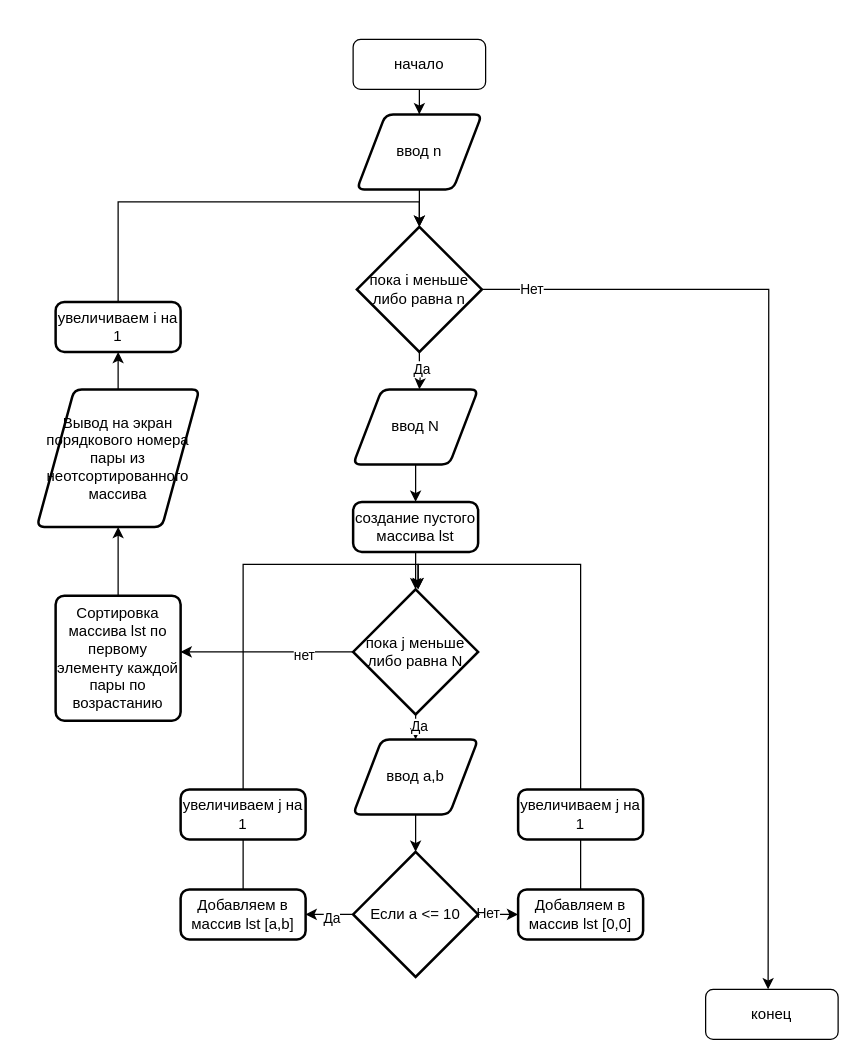
This is блоксхема B.Десять слов мудрости .drawio from nikkxgod/otchet_block_schema, a draw.io file, before an edit. Source tidied: cells renumbered, new cells numbered last; positions are measured from the earlier drawing's top-left corner, leaving out a move shared by most shapes. Both pictures are drawn from the tidied source at 125%, with x=0, y=0 at pixel (36, 39).
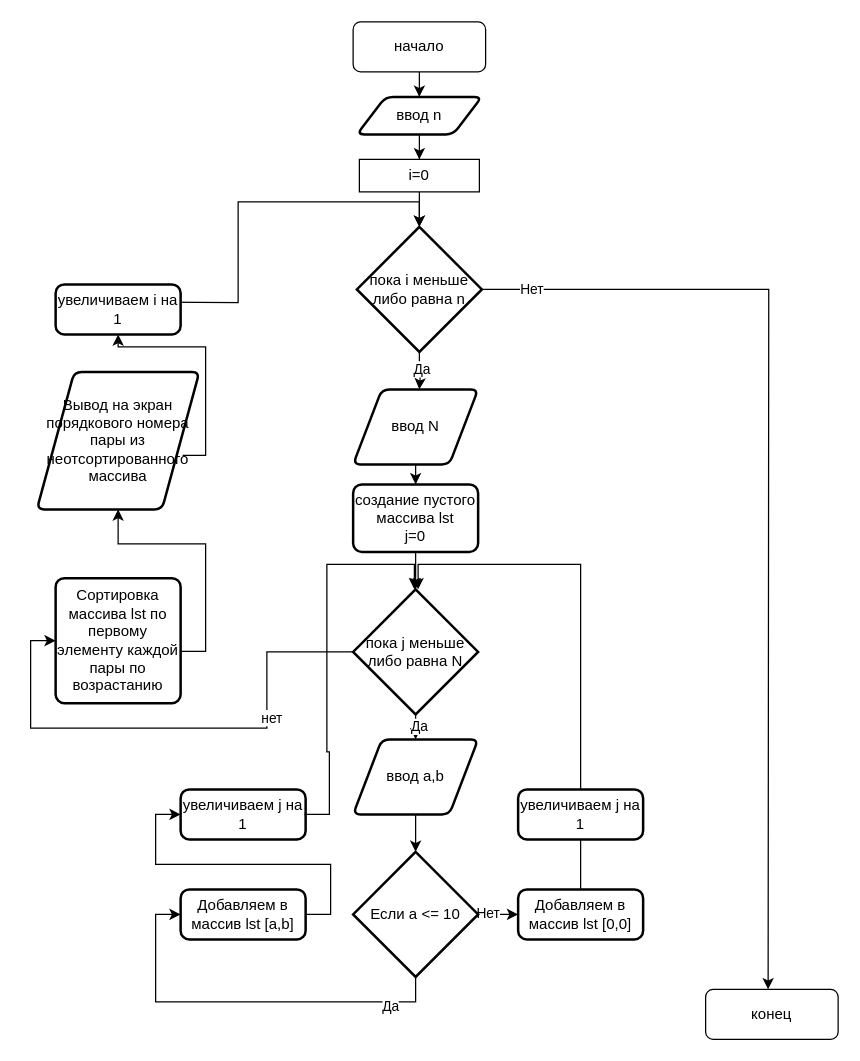
After the change.

The change refers to these unchanged cells:
```xml
<mxCell id="10" value="пока i меньше либо равна n" style="strokeWidth=2;html=1;shape=mxgraph.flowchart.decision;whiteSpace=wrap;" parent="1" vertex="1">
  <mxGeometry x="256" y="150" width="100" height="100" as="geometry" />
</mxCell>
<mxCell id="17" value="пока j меньше либо равна N" style="strokeWidth=2;html=1;shape=mxgraph.flowchart.decision;whiteSpace=wrap;" parent="1" vertex="1">
  <mxGeometry x="253" y="440" width="100" height="100" as="geometry" />
</mxCell>
<mxCell id="24" value="Если a &amp;lt;= 10" style="strokeWidth=2;html=1;shape=mxgraph.flowchart.decision;whiteSpace=wrap;" parent="1" vertex="1">
  <mxGeometry x="253" y="650" width="100" height="100" as="geometry" />
</mxCell>
<mxCell id="28" value="Добавляем в массив lst [a,b]" style="rounded=1;whiteSpace=wrap;html=1;absoluteArcSize=1;arcSize=14;strokeWidth=2;" parent="1" vertex="1">
  <mxGeometry x="115" y="680" width="100" height="40" as="geometry" />
</mxCell>
<mxCell id="34" value="увеличиваем j на 1" style="rounded=1;whiteSpace=wrap;html=1;absoluteArcSize=1;arcSize=14;strokeWidth=2;" parent="1" vertex="1">
  <mxGeometry x="115" y="600" width="100" height="40" as="geometry" />
</mxCell>
```

What changed in the source:
```diff
@@
     <mxCell id="3" value="начало" style="rounded=1;whiteSpace=wrap;html=1;" parent="1" vertex="1">
-      <mxGeometry x="253" width="106" height="40" as="geometry" />
+      <mxGeometry x="253" y="-14" width="106" height="40" as="geometry" />
     </mxCell>
-    <mxCell id="4" style="edgeStyle=orthogonalEdgeStyle;rounded=0;jettySize=auto;html=1;" parent="1" edge="1" source="5">
-      <mxGeometry relative="1" as="geometry">
-        <mxPoint x="306" y="150" as="targetPoint" />
-      </mxGeometry>
-    </mxCell>
+    <mxCell id="40" style="edgeStyle=orthogonalEdgeStyle;rounded=0;jettySize=auto;html=1;entryX=0.5;entryY=0;entryDx=0;entryDy=0;" parent="1" edge="1" source="5" target="44">
+      <mxGeometry relative="1" as="geometry" />
+    </mxCell>
     <mxCell id="5" value="ввод n" style="shape=parallelogram;html=1;strokeWidth=2;perimeter=parallelogramPerimeter;whiteSpace=wrap;rounded=1;arcSize=12;size=0.23;" parent="1" vertex="1">
-      <mxGeometry x="256" y="60" width="100" height="60" as="geometry" />
+      <mxGeometry x="256" y="46" width="100" height="30" as="geometry" />
     </mxCell>
@@
-    <mxCell id="15" style="edgeStyle=orthogonalEdgeStyle;rounded=0;jettySize=auto;html=1;" parent="1" edge="1" source="17">
-      <mxGeometry relative="1" as="geometry">
-        <mxPoint x="115" y="490" as="targetPoint" />
-      </mxGeometry>
+    <mxCell id="15" style="edgeStyle=orthogonalEdgeStyle;rounded=0;jettySize=auto;html=1;entryX=0;entryY=0.5;entryDx=0;entryDy=0;" parent="1" edge="1" source="17" target="33">
+      <mxGeometry relative="1" as="geometry" />
     </mxCell>
@@
-    <mxCell id="20" style="edgeStyle=orthogonalEdgeStyle;rounded=0;jettySize=auto;html=1;" parent="1" edge="1" source="24">
-      <mxGeometry relative="1" as="geometry">
-        <mxPoint x="215" y="700" as="targetPoint" />
-      </mxGeometry>
-    </mxCell>
-    <mxCell id="21" value="Да" style="edgeLabel;html=1;align=center;verticalAlign=middle;" parent="20" vertex="1">
-      <mxGeometry x="-0.12" y="2" relative="1" as="geometry">
-        <mxPoint x="-1" as="offset" />
-      </mxGeometry>
-    </mxCell>
@@
+    <mxCell id="41" style="edgeStyle=orthogonalEdgeStyle;rounded=0;jettySize=auto;html=1;entryX=0;entryY=0.5;entryDx=0;entryDy=0;exitX=0.5;exitY=1;exitDx=0;exitDy=0;exitPerimeter=0;" parent="1" edge="1" source="24" target="28">
+      <mxGeometry relative="1" as="geometry">
+        <Array as="points">
+          <mxPoint x="303" y="770" />
+          <mxPoint x="95" y="770" />
+          <mxPoint x="95" y="700" />
+        </Array>
+      </mxGeometry>
+    </mxCell>
+    <mxCell id="21" value="Да" style="edgeLabel;html=1;align=center;verticalAlign=middle;" parent="41" vertex="1">
+      <mxGeometry x="-0.74" y="3" relative="1" as="geometry" />
+    </mxCell>
@@
-    <mxCell id="26" value="создание пустого массива lst" style="rounded=1;whiteSpace=wrap;html=1;absoluteArcSize=1;arcSize=14;strokeWidth=2;" parent="1" vertex="1">
-      <mxGeometry x="253" y="370" width="100" height="40" as="geometry" />
+    <mxCell id="26" value="создание пустого массива lst&lt;br&gt;j=0" style="rounded=1;whiteSpace=wrap;html=1;absoluteArcSize=1;arcSize=14;strokeWidth=2;" parent="1" vertex="1">
+      <mxGeometry x="253" y="356" width="100" height="54" as="geometry" />
     </mxCell>
-    <mxCell id="27" style="edgeStyle=orthogonalEdgeStyle;rounded=0;jettySize=auto;html=1;exitX=0.5;exitY=0;exitDx=0;exitDy=0;" parent="1" edge="1" source="28">
-      <mxGeometry relative="1" as="geometry">
-        <mxPoint x="305" y="440" as="targetPoint" />
-        <Array as="points">
-          <mxPoint x="165" y="420" />
-          <mxPoint x="305" y="420" />
-        </Array>
-      </mxGeometry>
-    </mxCell>
+    <mxCell id="42" style="edgeStyle=orthogonalEdgeStyle;rounded=0;jettySize=auto;html=1;entryX=0;entryY=0.5;entryDx=0;entryDy=0;exitX=1;exitY=0.5;exitDx=0;exitDy=0;" parent="1" edge="1" source="28" target="34">
+      <mxGeometry relative="1" as="geometry" />
+    </mxCell>
@@
-    <mxCell id="32" style="edgeStyle=orthogonalEdgeStyle;rounded=0;jettySize=auto;html=1;" parent="1" edge="1" source="33">
-      <mxGeometry relative="1" as="geometry">
-        <mxPoint x="65" y="390" as="targetPoint" />
-      </mxGeometry>
-    </mxCell>
+    <mxCell id="43" style="edgeStyle=orthogonalEdgeStyle;rounded=0;jettySize=auto;html=1;entryX=0.5;entryY=1;entryDx=0;entryDy=0;exitX=1.008;exitY=0.586;exitDx=0;exitDy=0;exitPerimeter=0;" parent="1" edge="1" source="33" target="39">
+      <mxGeometry relative="1" as="geometry" />
+    </mxCell>
     <mxCell id="33" value="Сортировка массива lst по первому элементу каждой пары по возрастанию" style="rounded=1;whiteSpace=wrap;html=1;absoluteArcSize=1;arcSize=14;strokeWidth=2;" parent="1" vertex="1">
-      <mxGeometry x="15" y="445" width="100" height="100" as="geometry" />
+      <mxGeometry x="15" y="431" width="100" height="100" as="geometry" />
     </mxCell>
@@
-    <mxCell id="36" style="edgeStyle=orthogonalEdgeStyle;rounded=0;jettySize=auto;html=1;entryX=0.5;entryY=0;entryDx=0;entryDy=0;entryPerimeter=0;exitX=0.5;exitY=0;exitDx=0;exitDy=0;" parent="1" edge="1" source="37" target="10">
-      <mxGeometry relative="1" as="geometry" />
+    <mxCell id="36" style="edgeStyle=orthogonalEdgeStyle;rounded=0;jettySize=auto;html=1;entryX=0.5;entryY=0;entryDx=0;entryDy=0;entryPerimeter=0;exitX=0.5;exitY=0;exitDx=0;exitDy=0;" parent="1" edge="1" target="10">
+      <mxGeometry relative="1" as="geometry">
+        <mxPoint x="65" y="210" as="sourcePoint" />
+      </mxGeometry>
     </mxCell>
     <mxCell id="37" value="увеличиваем i на 1" style="rounded=1;whiteSpace=wrap;html=1;absoluteArcSize=1;arcSize=14;strokeWidth=2;" parent="1" vertex="1">
-      <mxGeometry x="15" y="210" width="100" height="40" as="geometry" />
+      <mxGeometry x="15" y="196" width="100" height="40" as="geometry" />
     </mxCell>
-    <mxCell id="38" style="edgeStyle=orthogonalEdgeStyle;rounded=0;jettySize=auto;html=1;entryX=0.5;entryY=1;entryDx=0;entryDy=0;" parent="1" edge="1" source="39" target="37">
-      <mxGeometry relative="1" as="geometry" />
+    <mxCell id="38" style="edgeStyle=orthogonalEdgeStyle;rounded=0;jettySize=auto;html=1;entryX=0.5;entryY=1;entryDx=0;entryDy=0;exitX=0.897;exitY=0.607;exitDx=0;exitDy=0;exitPerimeter=0;" parent="1" edge="1" source="39" target="37">
+      <mxGeometry relative="1" as="geometry">
+        <Array as="points">
+          <mxPoint x="135" y="333" />
+          <mxPoint x="135" y="246" />
+          <mxPoint x="65" y="246" />
+        </Array>
+      </mxGeometry>
     </mxCell>
     <mxCell id="39" value="Вывод на экран порядкового номера пары из неотсортированного массива" style="shape=parallelogram;html=1;strokeWidth=2;perimeter=parallelogramPerimeter;whiteSpace=wrap;rounded=1;arcSize=12;size=0.23;" parent="1" vertex="1">
-      <mxGeometry y="280" width="130" height="110" as="geometry" />
+      <mxGeometry y="266" width="130" height="110" as="geometry" />
     </mxCell>
+    <mxCell id="44" value="i=0" style="rounded=0;whiteSpace=wrap;html=1;" parent="1" vertex="1">
+      <mxGeometry x="258" y="96" width="96" height="26" as="geometry" />
+    </mxCell>
+    <mxCell id="45" style="edgeStyle=orthogonalEdgeStyle;rounded=0;jettySize=auto;html=1;entryX=0.5;entryY=0;entryDx=0;entryDy=0;entryPerimeter=0;" parent="1" edge="1" source="44" target="10">
+      <mxGeometry relative="1" as="geometry" />
+    </mxCell>
+    <mxCell id="46" style="edgeStyle=orthogonalEdgeStyle;rounded=0;orthogonalLoop=1;jettySize=auto;html=1;entryX=0.5;entryY=0;entryDx=0;entryDy=0;entryPerimeter=0;" parent="1" edge="1">
+      <mxGeometry relative="1" as="geometry">
+        <mxPoint x="214" y="620" as="sourcePoint" />
+        <mxPoint x="302" y="440" as="targetPoint" />
+        <Array as="points">
+          <mxPoint x="234" y="620" />
+          <mxPoint x="234" y="570" />
+          <mxPoint x="232" y="570" />
+          <mxPoint x="232" y="420" />
+          <mxPoint x="302" y="420" />
+        </Array>
+      </mxGeometry>
+    </mxCell>
```
